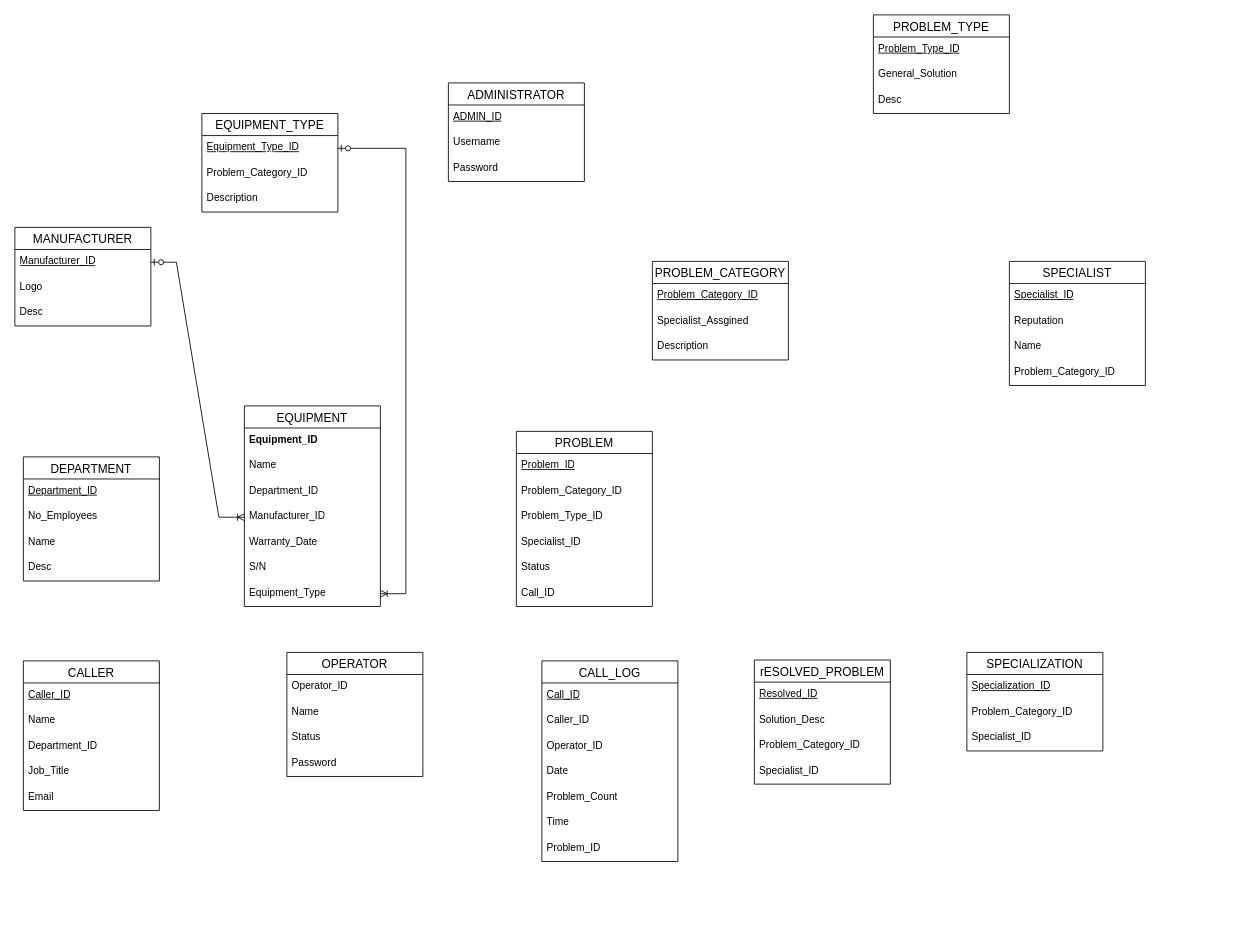
Above: Modelo_Equipamento.drawio in LucasAlface/Diagramas (draw.io), before the change. Source tidied: cells renumbered, new cells numbered last; positions are measured from the earlier drawing's top-left corner, leaving out a move shared by most shapes. Both pictures are drawn from the tidied source at 85%, with x=0, y=0 at pixel (14, 14).
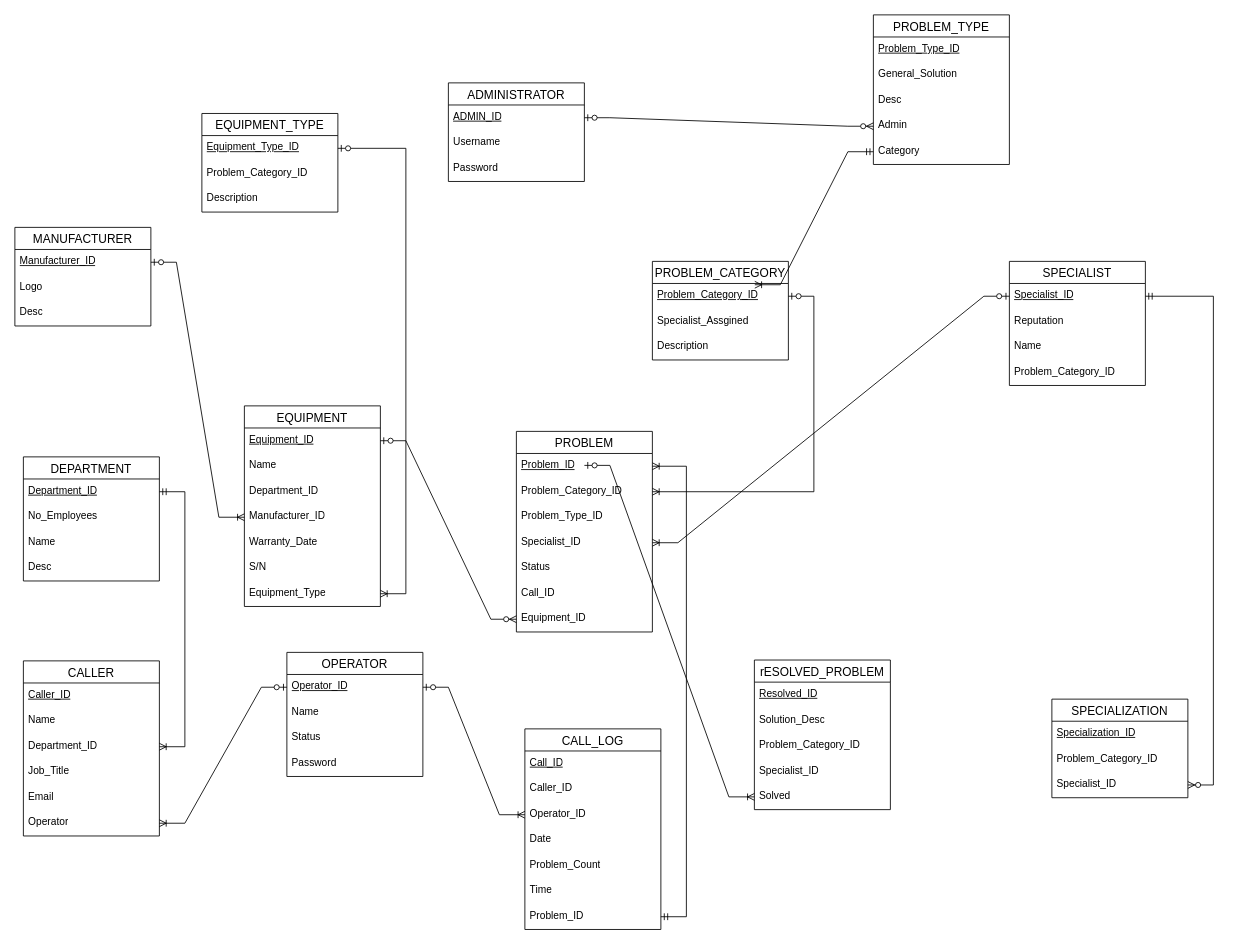
After the change.

The change refers to these unchanged cells:
```xml
<mxCell id="3" value="&lt;u&gt;Problem_Category_ID&lt;/u&gt;" style="text;strokeColor=none;fillColor=none;spacingLeft=4;spacingRight=4;overflow=hidden;points=[[0,0.5],[1,0.5]];portConstraint=eastwest;fontSize=12;whiteSpace=wrap;html=1;" parent="2" vertex="1">
  <mxGeometry y="26" width="160" height="30" as="geometry" />
</mxCell>
<mxCell id="15" value="&lt;u&gt;ADMIN_ID&lt;/u&gt;" style="text;strokeColor=none;fillColor=none;spacingLeft=4;spacingRight=4;overflow=hidden;points=[[0,0.5],[1,0.5]];portConstraint=eastwest;fontSize=12;whiteSpace=wrap;html=1;" parent="14" vertex="1">
  <mxGeometry y="26" width="160" height="30" as="geometry" />
</mxCell>
<mxCell id="19" value="&lt;u&gt;Department_ID&lt;/u&gt;" style="text;strokeColor=none;fillColor=none;spacingLeft=4;spacingRight=4;overflow=hidden;points=[[0,0.5],[1,0.5]];portConstraint=eastwest;fontSize=12;whiteSpace=wrap;html=1;" parent="18" vertex="1">
  <mxGeometry y="26" width="160" height="30" as="geometry" />
</mxCell>
<mxCell id="26" value="Department_ID" style="text;strokeColor=none;fillColor=none;spacingLeft=4;spacingRight=4;overflow=hidden;points=[[0,0.5],[1,0.5]];portConstraint=eastwest;fontSize=12;whiteSpace=wrap;html=1;" parent="23" vertex="1">
  <mxGeometry y="86" width="160" height="30" as="geometry" />
</mxCell>
<mxCell id="29" value="OPERATOR" style="swimlane;fontStyle=0;horizontal=1;startSize=26;align=center;fontSize=14;" parent="1" vertex="1">
  <mxGeometry x="320" y="750" width="160" height="146" as="geometry" />
</mxCell>
<mxCell id="37" value="Operator_ID" style="text;strokeColor=none;fillColor=none;spacingLeft=4;spacingRight=4;overflow=hidden;points=[[0,0.5],[1,0.5]];portConstraint=eastwest;fontSize=12;whiteSpace=wrap;html=1;" parent="34" vertex="1">
  <mxGeometry y="86" width="160" height="30" as="geometry" />
</mxCell>
<mxCell id="41" value="Problem_ID" style="text;strokeColor=none;fillColor=none;spacingLeft=4;spacingRight=4;overflow=hidden;points=[[0,0.5],[1,0.5]];portConstraint=eastwest;fontSize=12;whiteSpace=wrap;html=1;" parent="34" vertex="1">
  <mxGeometry y="206" width="160" height="30" as="geometry" />
</mxCell>
<mxCell id="43" value="&lt;u&gt;Problem_ID&lt;/u&gt;" style="text;strokeColor=none;fillColor=none;spacingLeft=4;spacingRight=4;overflow=hidden;points=[[0,0.5],[1,0.5]];portConstraint=eastwest;fontSize=12;whiteSpace=wrap;html=1;" parent="42" vertex="1">
  <mxGeometry y="26" width="160" height="30" as="geometry" />
</mxCell>
<mxCell id="44" value="Problem_Category_ID" style="text;strokeColor=none;fillColor=none;spacingLeft=4;spacingRight=4;overflow=hidden;points=[[0,0.5],[1,0.5]];portConstraint=eastwest;fontSize=12;whiteSpace=wrap;html=1;" parent="42" vertex="1">
  <mxGeometry y="56" width="160" height="30" as="geometry" />
</mxCell>
<mxCell id="46" value="Specialist_ID" style="text;strokeColor=none;fillColor=none;spacingLeft=4;spacingRight=4;overflow=hidden;points=[[0,0.5],[1,0.5]];portConstraint=eastwest;fontSize=12;whiteSpace=wrap;html=1;" parent="42" vertex="1">
  <mxGeometry y="116" width="160" height="30" as="geometry" />
</mxCell>
<mxCell id="49" value="EQUIPMENT" style="swimlane;fontStyle=0;horizontal=1;startSize=26;align=center;fontSize=14;" parent="1" vertex="1">
  <mxGeometry x="270" y="460" width="160" height="236" as="geometry" />
</mxCell>
<mxCell id="62" value="&lt;u&gt;Specialist_ID&lt;/u&gt;" style="text;strokeColor=none;fillColor=none;spacingLeft=4;spacingRight=4;overflow=hidden;points=[[0,0.5],[1,0.5]];portConstraint=eastwest;fontSize=12;whiteSpace=wrap;html=1;" parent="61" vertex="1">
  <mxGeometry y="26" width="160" height="30" as="geometry" />
</mxCell>
<mxCell id="74" value="Specialist_ID" style="text;strokeColor=none;fillColor=none;spacingLeft=4;spacingRight=4;overflow=hidden;points=[[0,0.5],[1,0.5]];portConstraint=eastwest;fontSize=12;whiteSpace=wrap;html=1;" parent="71" vertex="1">
  <mxGeometry y="86" width="160" height="30" as="geometry" />
</mxCell>
```

Change to the diagram source:
```diff
@@
     <mxCell id="23" value="CALLER" style="swimlane;fontStyle=0;horizontal=1;startSize=26;align=center;fontSize=14;" parent="1" vertex="1">
-      <mxGeometry x="10" y="760" width="160" height="176" as="geometry" />
+      <mxGeometry x="10" y="760" width="160" height="206" as="geometry" />
     </mxCell>
@@
+    <mxCell id="77" value="Operator" style="text;strokeColor=none;fillColor=none;spacingLeft=4;spacingRight=4;overflow=hidden;points=[[0,0.5],[1,0.5]];portConstraint=eastwest;fontSize=12;whiteSpace=wrap;html=1;" parent="23" vertex="1">
+      <mxGeometry y="176" width="160" height="30" as="geometry" />
+    </mxCell>
@@
-    <mxCell id="30" value="Operator_ID" style="text;strokeColor=none;fillColor=none;spacingLeft=4;spacingRight=4;overflow=hidden;points=[[0,0.5],[1,0.5]];portConstraint=eastwest;fontSize=12;whiteSpace=wrap;html=1;" parent="29" vertex="1">
+    <mxCell id="30" value="Operator_ID" style="text;strokeColor=none;fillColor=none;spacingLeft=4;spacingRight=4;overflow=hidden;points=[[0,0.5],[1,0.5]];portConstraint=eastwest;fontSize=12;whiteSpace=wrap;html=1;fontStyle=4;" parent="29" vertex="1">
       <mxGeometry y="26" width="160" height="30" as="geometry" />
     </mxCell>
@@
     <mxCell id="34" value="CALL_LOG" style="swimlane;fontStyle=0;horizontal=1;startSize=26;align=center;fontSize=14;" parent="1" vertex="1">
-      <mxGeometry x="620" y="760" width="160" height="236" as="geometry" />
+      <mxGeometry x="600" y="840" width="160" height="236" as="geometry" />
     </mxCell>
@@
     <mxCell id="42" value="PROBLEM" style="swimlane;fontStyle=0;horizontal=1;startSize=26;align=center;fontSize=14;" parent="1" vertex="1">
-      <mxGeometry x="590" y="490" width="160" height="206" as="geometry" />
+      <mxGeometry x="590" y="490" width="160" height="236" as="geometry" />
     </mxCell>
@@
+    <mxCell id="78" value="Call_ID" style="text;strokeColor=none;fillColor=none;spacingLeft=4;spacingRight=4;overflow=hidden;fontSize=12;whiteSpace=wrap;html=1;" parent="42" vertex="1">
+      <mxGeometry y="176" width="160" height="30" as="geometry" />
+    </mxCell>
-    <mxCell id="48" value="Call_ID" style="text;strokeColor=none;fillColor=none;spacingLeft=4;spacingRight=4;overflow=hidden;points=[[0,0.5],[1,0.5]];portConstraint=eastwest;fontSize=12;whiteSpace=wrap;html=1;" parent="42" vertex="1">
-      <mxGeometry y="176" width="160" height="30" as="geometry" />
+    <mxCell id="48" value="Equipment_ID" style="text;strokeColor=none;fillColor=none;spacingLeft=4;spacingRight=4;overflow=hidden;points=[[0,0.5],[1,0.5]];portConstraint=eastwest;fontSize=12;whiteSpace=wrap;html=1;" parent="42" vertex="1">
+      <mxGeometry y="206" width="160" height="30" as="geometry" />
     </mxCell>
@@
-    <mxCell id="50" value="Equipment_ID" style="text;strokeColor=none;fillColor=none;spacingLeft=4;spacingRight=4;overflow=hidden;points=[[0,0.5],[1,0.5]];portConstraint=eastwest;fontSize=12;whiteSpace=wrap;html=1;fontStyle=1;" parent="49" vertex="1">
+    <mxCell id="50" value="Equipment_ID" style="text;strokeColor=none;fillColor=none;spacingLeft=4;spacingRight=4;overflow=hidden;points=[[0,0.5],[1,0.5]];portConstraint=eastwest;fontSize=12;whiteSpace=wrap;html=1;fontStyle=4;" parent="49" vertex="1">
       <mxGeometry y="26" width="160" height="30" as="geometry" />
     </mxCell>
@@
     <mxCell id="57" value="PROBLEM_TYPE" style="swimlane;fontStyle=0;horizontal=1;startSize=26;align=center;fontSize=14;" parent="1" vertex="1">
-      <mxGeometry x="1010" width="160" height="116" as="geometry" />
+      <mxGeometry x="1010" width="160" height="176" as="geometry" />
     </mxCell>
@@
+    <mxCell id="79" value="Desc" style="text;strokeColor=none;fillColor=none;spacingLeft=4;spacingRight=4;overflow=hidden;fontSize=12;whiteSpace=wrap;html=1;" parent="57" vertex="1">
+      <mxGeometry y="86" width="160" height="30" as="geometry" />
+    </mxCell>
+    <mxCell id="80" value="Admin" style="text;strokeColor=none;fillColor=none;spacingLeft=4;spacingRight=4;overflow=hidden;points=[[0,0.5],[1,0.5]];portConstraint=eastwest;fontSize=12;whiteSpace=wrap;html=1;" parent="57" vertex="1">
+      <mxGeometry y="116" width="160" height="30" as="geometry" />
+    </mxCell>
-    <mxCell id="60" value="Desc" style="text;strokeColor=none;fillColor=none;spacingLeft=4;spacingRight=4;overflow=hidden;points=[[0,0.5],[1,0.5]];portConstraint=eastwest;fontSize=12;whiteSpace=wrap;html=1;" parent="57" vertex="1">
-      <mxGeometry y="86" width="160" height="30" as="geometry" />
+    <mxCell id="60" value="Category" style="text;strokeColor=none;fillColor=none;spacingLeft=4;spacingRight=4;overflow=hidden;points=[[0,0.5],[1,0.5]];portConstraint=eastwest;fontSize=12;whiteSpace=wrap;html=1;" parent="57" vertex="1">
+      <mxGeometry y="146" width="160" height="30" as="geometry" />
     </mxCell>
@@
     <mxCell id="66" value="rESOLVED_PROBLEM" style="swimlane;fontStyle=0;horizontal=1;startSize=26;align=center;fontSize=14;" parent="1" vertex="1">
-      <mxGeometry x="870" y="759" width="160" height="146" as="geometry" />
+      <mxGeometry x="870" y="759" width="160" height="176" as="geometry" />
     </mxCell>
@@
+    <mxCell id="81" value="Solved" style="text;strokeColor=none;fillColor=none;spacingLeft=4;spacingRight=4;overflow=hidden;points=[[0,0.5],[1,0.5]];portConstraint=eastwest;fontSize=12;whiteSpace=wrap;html=1;" parent="66" vertex="1">
+      <mxGeometry y="146" width="160" height="30" as="geometry" />
+    </mxCell>
     <mxCell id="71" value="SPECIALIZATION" style="swimlane;fontStyle=0;horizontal=1;startSize=26;align=center;fontSize=14;" parent="1" vertex="1">
-      <mxGeometry x="1120" y="750" width="160" height="116" as="geometry" />
+      <mxGeometry x="1220" y="805" width="160" height="116" as="geometry" />
     </mxCell>
@@
+    <mxCell id="82" style="edgeStyle=entityRelationEdgeStyle;fontSize=12;html=1;endArrow=ERoneToMany;startArrow=ERmandOne;rounded=0;" parent="1" edge="1" source="19" target="26">
+      <mxGeometry relative="1" as="geometry" />
+    </mxCell>
+    <mxCell id="83" style="edgeStyle=entityRelationEdgeStyle;fontSize=12;html=1;endArrow=ERzeroToMany;startArrow=ERzeroToOne;rounded=0;" parent="1" edge="1" source="50" target="48">
+      <mxGeometry relative="1" as="geometry" />
+    </mxCell>
+    <mxCell id="84" style="edgeStyle=entityRelationEdgeStyle;fontSize=12;html=1;endArrow=ERoneToMany;startArrow=ERzeroToOne;rounded=0;" parent="1" edge="1" source="30" target="77">
+      <mxGeometry relative="1" as="geometry" />
+    </mxCell>
+    <mxCell id="85" style="edgeStyle=entityRelationEdgeStyle;fontSize=12;html=1;endArrow=ERoneToMany;startArrow=ERzeroToOne;rounded=0;" parent="1" edge="1" source="30" target="37">
+      <mxGeometry relative="1" as="geometry" />
+    </mxCell>
+    <mxCell id="86" style="edgeStyle=entityRelationEdgeStyle;fontSize=12;html=1;endArrow=ERoneToMany;startArrow=ERmandOne;rounded=0;" parent="1" edge="1" source="41" target="43">
+      <mxGeometry relative="1" as="geometry" />
+    </mxCell>
+    <mxCell id="87" style="edgeStyle=entityRelationEdgeStyle;fontSize=12;html=1;endArrow=ERoneToMany;startArrow=ERzeroToOne;rounded=0;" parent="1" edge="1" source="3" target="44">
+      <mxGeometry relative="1" as="geometry" />
+    </mxCell>
+    <mxCell id="88" style="edgeStyle=entityRelationEdgeStyle;fontSize=12;html=1;endArrow=ERoneToMany;startArrow=ERzeroToOne;rounded=0;exitX=0.5;exitY=0.467;exitDx=0;exitDy=0;exitPerimeter=0;" parent="1" edge="1" source="43" target="81">
+      <mxGeometry relative="1" as="geometry" />
+    </mxCell>
+    <mxCell id="89" style="edgeStyle=entityRelationEdgeStyle;fontSize=12;html=1;endArrow=ERoneToMany;startArrow=ERzeroToOne;rounded=0;" parent="1" edge="1" source="62" target="46">
+      <mxGeometry relative="1" as="geometry" />
+    </mxCell>
+    <mxCell id="90" style="edgeStyle=entityRelationEdgeStyle;fontSize=12;html=1;endArrow=ERoneToMany;startArrow=ERmandOne;rounded=0;entryX=0.753;entryY=0.05;entryDx=0;entryDy=0;entryPerimeter=0;" parent="1" edge="1" source="60" target="3">
+      <mxGeometry relative="1" as="geometry" />
+    </mxCell>
+    <mxCell id="91" style="edgeStyle=entityRelationEdgeStyle;fontSize=12;html=1;endArrow=ERzeroToMany;startArrow=ERmandOne;rounded=0;" parent="1" edge="1" source="62" target="74">
+      <mxGeometry relative="1" as="geometry" />
+    </mxCell>
+    <mxCell id="92" style="edgeStyle=entityRelationEdgeStyle;fontSize=12;html=1;endArrow=ERzeroToMany;startArrow=ERzeroToOne;rounded=0;" parent="1" edge="1" source="15" target="80">
+      <mxGeometry relative="1" as="geometry" />
+    </mxCell>
```
